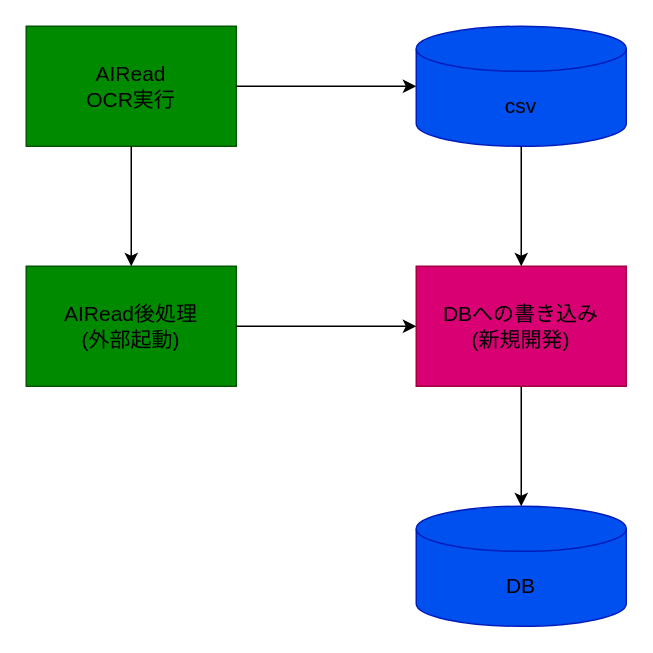
yoko-Developer/airead_batch keeps this draw.io diagram as flowchart.dio. Above is the earlier version. Source tidied: cells renumbered, new cells numbered last; positions are measured from the earlier drawing's top-left corner, leaving out a move shared by most shapes. Both pictures are drawn from the tidied source at 150%, with x=0, y=0 at pixel (26, 26).
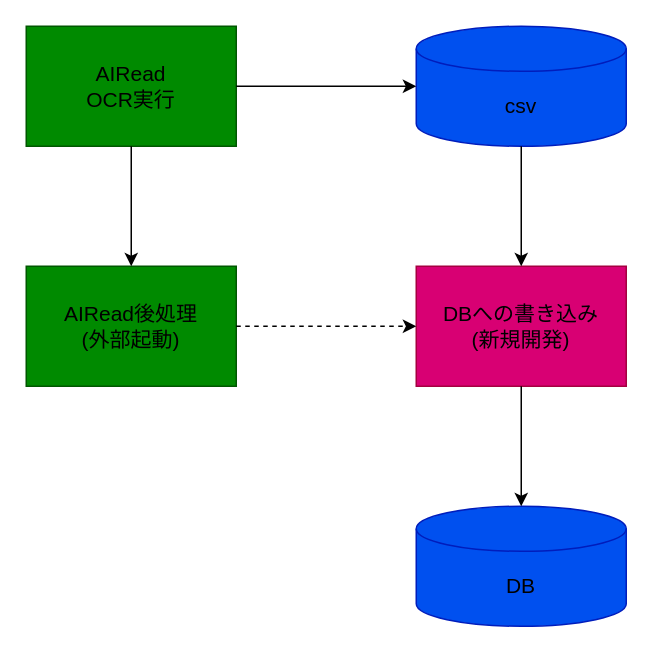
The same diagram, later.

Diff of the diagram source:
```diff
@@
 <mxGraphModel>
   <root>
     <mxCell id="0" />
     <mxCell id="1" parent="0" />
     <mxCell id="2" value="&lt;font style=&quot;color: light-dark(rgb(0, 0, 0), rgb(255, 255, 255)); font-size: 14px;&quot;&gt;AIRead&lt;/font&gt;&lt;div&gt;&lt;font style=&quot;color: light-dark(rgb(0, 0, 0), rgb(255, 255, 255)); font-size: 14px;&quot;&gt;OCR実行&lt;/font&gt;&lt;/div&gt;" style="rounded=0;whiteSpace=wrap;html=1;fillColor=#008a00;fontColor=#ffffff;strokeColor=#005700;" parent="1" vertex="1">
       <mxGeometry width="140" height="80" as="geometry" />
     </mxCell>
     <mxCell id="3" value="&lt;font style=&quot;font-size: 14px; color: light-dark(rgb(0, 0, 0), rgb(255, 255, 255));&quot;&gt;AIRead後処理&lt;/font&gt;&lt;div&gt;&lt;font style=&quot;font-size: 14px; color: light-dark(rgb(0, 0, 0), rgb(255, 255, 255));&quot;&gt;(外部起動)&lt;/font&gt;&lt;/div&gt;" style="rounded=0;whiteSpace=wrap;html=1;fillColor=#008a00;fontColor=#ffffff;strokeColor=#005700;" parent="1" vertex="1">
       <mxGeometry y="160" width="140" height="80" as="geometry" />
     </mxCell>
     <mxCell id="4" value="&lt;font style=&quot;color: light-dark(rgb(0, 0, 0), rgb(255, 255, 255)); font-size: 14px;&quot;&gt;DBへの書き込み&lt;/font&gt;&lt;div&gt;&lt;font style=&quot;color: light-dark(rgb(0, 0, 0), rgb(255, 255, 255)); font-size: 14px;&quot;&gt;(新規開発)&lt;/font&gt;&lt;/div&gt;" style="rounded=0;whiteSpace=wrap;html=1;fillColor=#d80073;fontColor=light-dark(#FFFFFF,#FFFFFF);strokeColor=#A50040;" parent="1" vertex="1">
       <mxGeometry x="260" y="160" width="140" height="80" as="geometry" />
     </mxCell>
     <mxCell id="5" value="&lt;font style=&quot;color: light-dark(rgb(0, 0, 0), rgb(255, 255, 255)); font-size: 14px;&quot;&gt;csv&lt;/font&gt;" style="shape=cylinder3;whiteSpace=wrap;html=1;boundedLbl=1;backgroundOutline=1;size=15;fillColor=#0050ef;fontColor=#ffffff;strokeColor=#001DBC;" parent="1" vertex="1">
       <mxGeometry x="260" width="140" height="80" as="geometry" />
     </mxCell>
     <mxCell id="6" value="&lt;font style=&quot;color: light-dark(rgb(0, 0, 0), rgb(255, 255, 255)); font-size: 14px;&quot;&gt;DB&lt;/font&gt;" style="shape=cylinder3;whiteSpace=wrap;html=1;boundedLbl=1;backgroundOutline=1;size=15;fillColor=#0050ef;fontColor=#ffffff;strokeColor=#001DBC;" parent="1" vertex="1">
       <mxGeometry x="260" y="320" width="140" height="80" as="geometry" />
     </mxCell>
     <mxCell id="7" style="endArrow=classic;html=1;exitX=0.5;exitY=1;exitDx=0;exitDy=0;entryX=0.5;entryY=0;entryDx=0;entryDy=0;" parent="1" edge="1" source="2" target="3">
       <mxGeometry relative="1" as="geometry" />
     </mxCell>
     <mxCell id="8" style="endArrow=classic;html=1;entryX=0;entryY=0.5;entryDx=0;entryDy=0;entryPerimeter=0;" parent="1" edge="1" target="5">
       <mxGeometry relative="1" as="geometry">
         <mxPoint x="140" y="40" as="sourcePoint" />
       </mxGeometry>
     </mxCell>
     <mxCell id="9" style="endArrow=classic;html=1;entryX=0.5;entryY=0;entryDx=0;entryDy=0;exitX=0.5;exitY=1;exitDx=0;exitDy=0;exitPerimeter=0;" parent="1" edge="1" source="5" target="4">
       <mxGeometry relative="1" as="geometry" />
     </mxCell>
     <mxCell id="10" style="endArrow=classic;html=1;exitX=0.5;exitY=1;exitDx=0;exitDy=0;" parent="1" edge="1" source="4">
       <mxGeometry relative="1" as="geometry">
         <mxPoint x="330" y="320" as="targetPoint" />
       </mxGeometry>
     </mxCell>
-    <mxCell id="11" style="endArrow=classic;html=1;entryX=0;entryY=0.5;entryDx=0;entryDy=0;" parent="1" edge="1" target="4">
+    <mxCell id="11" style="endArrow=classic;html=1;entryX=0;entryY=0.5;entryDx=0;entryDy=0;dashed=1;" parent="1" edge="1" target="4">
       <mxGeometry relative="1" as="geometry">
         <mxPoint x="140" y="200" as="sourcePoint" />
       </mxGeometry>
     </mxCell>
   </root>
 </mxGraphModel>
```
